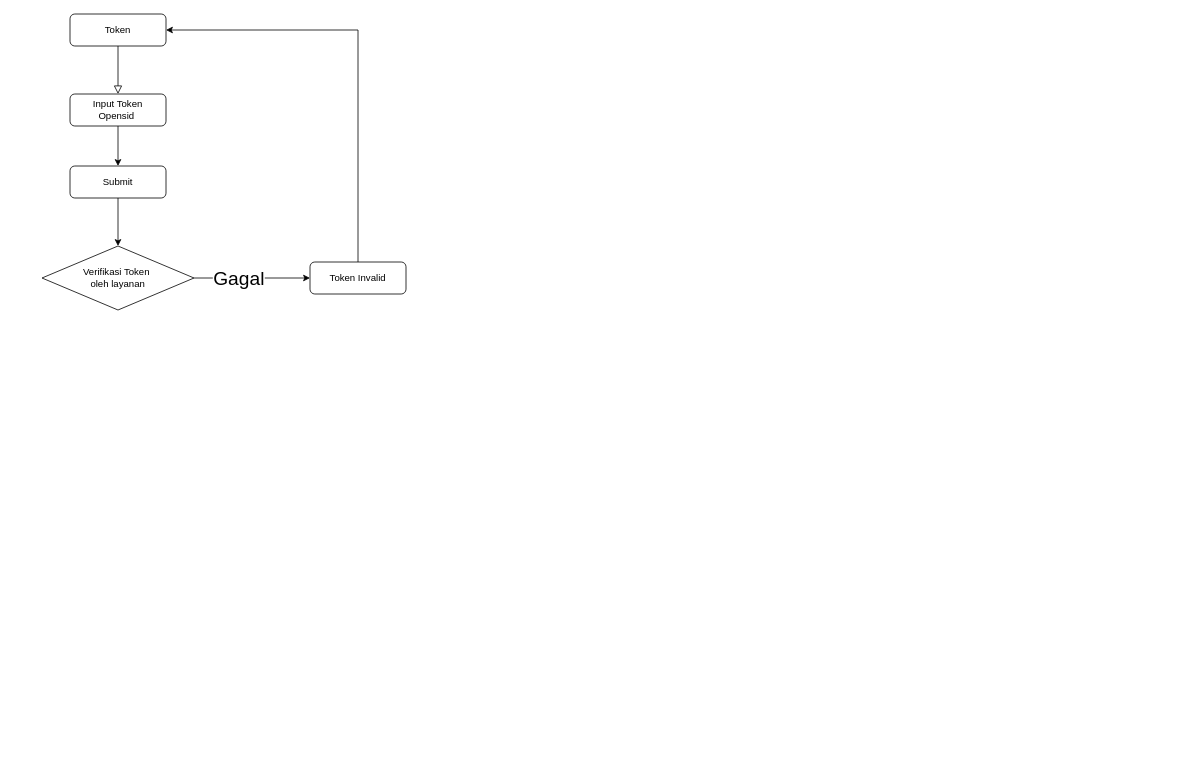
Before: Diagram Tanpa Judul.drawio in apidong/apidong, a draw.io diagram. Source tidied: cells renumbered, new cells numbered last; positions are measured from the earlier drawing's top-left corner, leaving out a move shared by most shapes. Both pictures are drawn from the tidied source at 80%, with x=0, y=0 at pixel (42, 14).
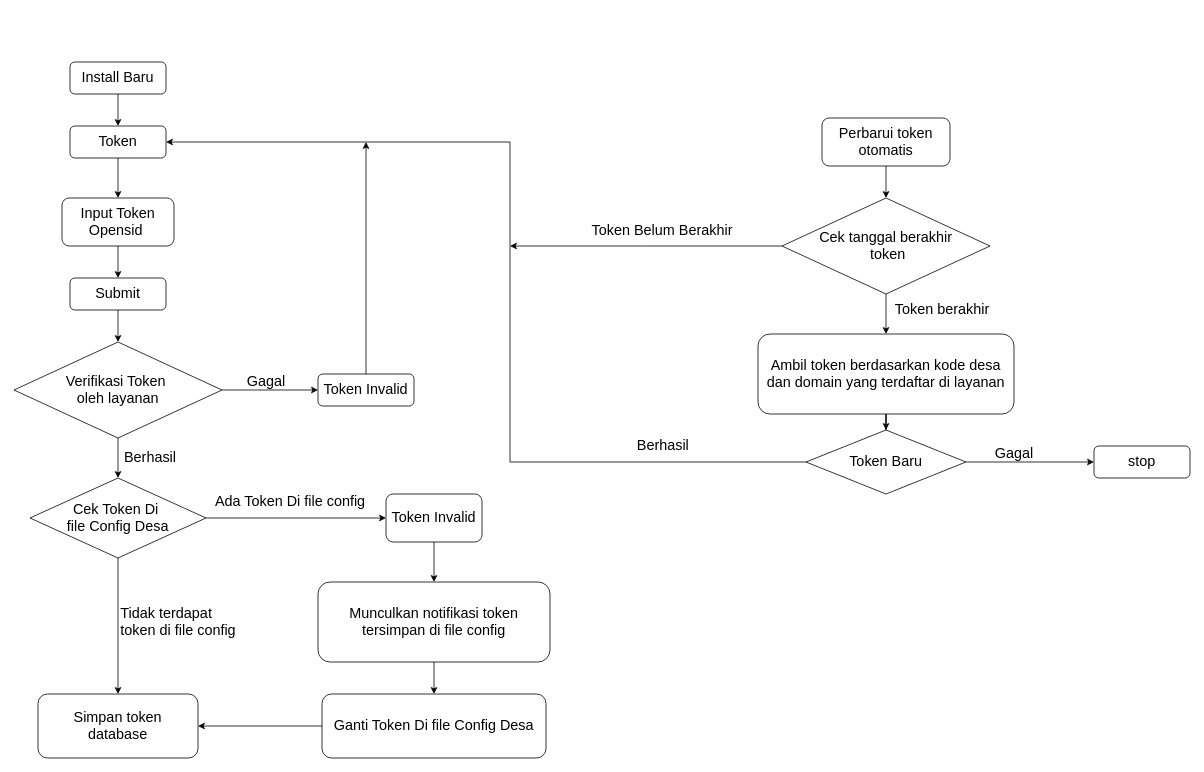
After the change.

The change refers to these unchanged cells:
```xml
<mxCell id="8" style="edgeStyle=none;rounded=0;jettySize=auto;html=1;exitX=1;exitY=0.5;exitDx=0;exitDy=0;" parent="1" edge="1" source="10" target="7">
  <mxGeometry relative="1" as="geometry" />
</mxCell>
```

The edit, as a diff of the source:
```diff
@@
-    <mxCell id="2" style="rounded=0;html=1;jettySize=auto;fontSize=11;endArrow=block;endFill=0;endSize=8;strokeWidth=1;shadow=0;labelBackgroundColor=none;edgeStyle=orthogonalEdgeStyle;" parent="1" edge="1" source="3">
-      <mxGeometry relative="1" as="geometry">
-        <mxPoint x="95" y="100" as="targetPoint" />
-      </mxGeometry>
-    </mxCell>
+    <mxCell id="13" style="edgeStyle=orthogonalEdgeStyle;rounded=0;jettySize=auto;html=1;entryX=0.5;entryY=0;entryDx=0;entryDy=0;" parent="1" edge="1" source="3" target="5">
+      <mxGeometry relative="1" as="geometry" />
+    </mxCell>
-    <mxCell id="3" value="Token" style="rounded=1;whiteSpace=wrap;html=1;fontSize=12;glass=0;strokeWidth=1;shadow=0;" parent="1" vertex="1">
-      <mxGeometry x="35" width="120" height="40" as="geometry" />
+    <mxCell id="3" value="&lt;font style=&quot;font-size: 18px;&quot;&gt;Token&lt;/font&gt;" style="rounded=1;whiteSpace=wrap;html=1;fontSize=12;glass=0;strokeWidth=1;shadow=0;" parent="1" vertex="1">
+      <mxGeometry x="35" y="140" width="120" height="40" as="geometry" />
     </mxCell>
@@
-    <mxCell id="5" value="Input Token&lt;br&gt;Opensid&amp;nbsp;" style="rounded=1;whiteSpace=wrap;html=1;fontSize=12;glass=0;strokeWidth=1;shadow=0;" parent="1" vertex="1">
-      <mxGeometry x="35" y="100" width="120" height="40" as="geometry" />
+    <mxCell id="5" value="&lt;font style=&quot;font-size: 18px;&quot;&gt;Input Token&lt;br&gt;Opensid&amp;nbsp;&lt;/font&gt;" style="rounded=1;whiteSpace=wrap;html=1;fontSize=12;glass=0;strokeWidth=1;shadow=0;" parent="1" vertex="1">
+      <mxGeometry x="25" y="230" width="140" height="60" as="geometry" />
     </mxCell>
-    <mxCell id="6" style="edgeStyle=none;rounded=0;jettySize=auto;html=1;exitX=0.5;exitY=0;exitDx=0;exitDy=0;entryX=1;entryY=0.5;entryDx=0;entryDy=0;" parent="1" edge="1" source="7" target="3">
-      <mxGeometry relative="1" as="geometry">
-        <Array as="points">
-          <mxPoint x="395" y="20" />
-        </Array>
-      </mxGeometry>
-    </mxCell>
+    <mxCell id="14" style="edgeStyle=orthogonalEdgeStyle;rounded=0;jettySize=auto;html=1;" parent="1" edge="1" source="7">
+      <mxGeometry relative="1" as="geometry">
+        <mxPoint x="405" y="160" as="targetPoint" />
+      </mxGeometry>
+    </mxCell>
-    <mxCell id="7" value="Token Invalid" style="rounded=1;whiteSpace=wrap;html=1;fontSize=12;glass=0;strokeWidth=1;shadow=0;" parent="1" vertex="1">
-      <mxGeometry x="335" y="310" width="120" height="40" as="geometry" />
+    <mxCell id="7" value="&lt;font style=&quot;font-size: 18px;&quot;&gt;Token Invalid&lt;/font&gt;" style="rounded=1;whiteSpace=wrap;html=1;fontSize=12;glass=0;strokeWidth=1;shadow=0;" parent="1" vertex="1">
+      <mxGeometry x="345" y="450" width="120" height="40" as="geometry" />
     </mxCell>
@@
-    <mxCell id="9" value="&lt;font style=&quot;font-size: 24px;&quot;&gt;Gagal&lt;/font&gt;" style="edgeLabel;html=1;align=center;verticalAlign=middle;" parent="8" vertex="1">
-      <mxGeometry x="-0.34" y="2" relative="1" as="geometry">
-        <mxPoint x="7" y="2" as="offset" />
-      </mxGeometry>
-    </mxCell>
+    <mxCell id="15" style="edgeStyle=orthogonalEdgeStyle;rounded=0;jettySize=auto;html=1;exitX=0.5;exitY=1;exitDx=0;exitDy=0;" parent="1" edge="1" source="10">
+      <mxGeometry relative="1" as="geometry">
+        <mxPoint x="95" y="580" as="targetPoint" />
+      </mxGeometry>
+    </mxCell>
-    <mxCell id="10" value="Verifikasi Token&amp;nbsp;&lt;br&gt;oleh layanan" style="rhombus;whiteSpace=wrap;html=1;" parent="1" vertex="1">
-      <mxGeometry y="290" width="190" height="80" as="geometry" />
+    <mxCell id="10" value="&lt;font style=&quot;font-size: 18px;&quot;&gt;Verifikasi Token&amp;nbsp;&lt;br&gt;oleh layanan&lt;/font&gt;" style="rhombus;whiteSpace=wrap;html=1;" parent="1" vertex="1">
+      <mxGeometry x="-35" y="410" width="260" height="120" as="geometry" />
     </mxCell>
@@
-    <mxCell id="12" value="Submit" style="rounded=1;whiteSpace=wrap;html=1;fontSize=12;glass=0;strokeWidth=1;shadow=0;" parent="1" vertex="1">
-      <mxGeometry x="35" y="190" width="120" height="40" as="geometry" />
+    <mxCell id="12" value="&lt;font style=&quot;font-size: 18px;&quot;&gt;Submit&lt;/font&gt;" style="rounded=1;whiteSpace=wrap;html=1;fontSize=12;glass=0;strokeWidth=1;shadow=0;" parent="1" vertex="1">
+      <mxGeometry x="35" y="330" width="120" height="40" as="geometry" />
     </mxCell>
+    <mxCell id="16" style="edgeStyle=orthogonalEdgeStyle;rounded=0;jettySize=auto;html=1;exitX=1;exitY=0.5;exitDx=0;exitDy=0;entryX=0;entryY=0.5;entryDx=0;entryDy=0;" parent="1" edge="1" source="18" target="20">
+      <mxGeometry relative="1" as="geometry" />
+    </mxCell>
+    <mxCell id="17" style="edgeStyle=orthogonalEdgeStyle;rounded=0;jettySize=auto;html=1;" parent="1" edge="1" source="18" target="21">
+      <mxGeometry relative="1" as="geometry" />
+    </mxCell>
+    <mxCell id="18" value="&lt;font style=&quot;font-size: 18px;&quot;&gt;Cek Token Di&amp;nbsp;&lt;br&gt;file Config Desa&lt;/font&gt;" style="rhombus;whiteSpace=wrap;html=1;" parent="1" vertex="1">
+      <mxGeometry x="-15" y="580" width="220" height="100" as="geometry" />
+    </mxCell>
+    <mxCell id="19" style="edgeStyle=orthogonalEdgeStyle;rounded=0;jettySize=auto;html=1;" parent="1" edge="1" source="20" target="25">
+      <mxGeometry relative="1" as="geometry" />
+    </mxCell>
+    <mxCell id="20" value="&lt;font style=&quot;font-size: 18px;&quot;&gt;Token Invalid&lt;/font&gt;" style="rounded=1;whiteSpace=wrap;html=1;fontSize=12;glass=0;strokeWidth=1;shadow=0;" parent="1" vertex="1">
+      <mxGeometry x="430" y="600" width="120" height="60" as="geometry" />
+    </mxCell>
+    <mxCell id="21" value="&lt;font style=&quot;font-size: 18px;&quot;&gt;Simpan token &lt;br&gt;database&lt;/font&gt;" style="rounded=1;whiteSpace=wrap;html=1;fontSize=12;glass=0;strokeWidth=1;shadow=0;" parent="1" vertex="1">
+      <mxGeometry x="-5" y="850" width="200" height="80" as="geometry" />
+    </mxCell>
+    <mxCell id="22" style="edgeStyle=orthogonalEdgeStyle;rounded=0;jettySize=auto;html=1;entryX=1;entryY=0.5;entryDx=0;entryDy=0;" parent="1" edge="1" source="23" target="21">
+      <mxGeometry relative="1" as="geometry" />
+    </mxCell>
+    <mxCell id="23" value="&lt;font style=&quot;font-size: 18px;&quot;&gt;Ganti Token Di file Config Desa&lt;/font&gt;" style="rounded=1;whiteSpace=wrap;html=1;fontSize=12;glass=0;strokeWidth=1;shadow=0;" parent="1" vertex="1">
+      <mxGeometry x="350" y="850" width="280" height="80" as="geometry" />
+    </mxCell>
+    <mxCell id="24" style="edgeStyle=orthogonalEdgeStyle;rounded=0;jettySize=auto;html=1;" parent="1" edge="1" source="25" target="23">
+      <mxGeometry relative="1" as="geometry" />
+    </mxCell>
+    <mxCell id="25" value="&lt;font style=&quot;font-size: 18px;&quot;&gt;Munculkan notifikasi token tersimpan di file config&lt;/font&gt;" style="rounded=1;whiteSpace=wrap;html=1;fontSize=12;glass=0;strokeWidth=1;shadow=0;" parent="1" vertex="1">
+      <mxGeometry x="345" y="710" width="290" height="100" as="geometry" />
+    </mxCell>
+    <mxCell id="26" value="&lt;font style=&quot;font-size: 18px;&quot;&gt;Ada Token Di file config&lt;/font&gt;" style="text;html=1;align=center;verticalAlign=middle;strokeColor=none;fillColor=none;" parent="1" vertex="1">
+      <mxGeometry x="205" y="590" width="210" height="40" as="geometry" />
+    </mxCell>
+    <mxCell id="27" value="&lt;font style=&quot;font-size: 18px;&quot;&gt;Gagal&lt;/font&gt;" style="text;html=1;align=center;verticalAlign=middle;strokeColor=none;fillColor=none;" parent="1" vertex="1">
+      <mxGeometry x="245" y="440" width="70" height="40" as="geometry" />
+    </mxCell>
+    <mxCell id="28" value="&lt;font style=&quot;font-size: 18px;&quot;&gt;Berhasil&lt;/font&gt;" style="text;html=1;align=center;verticalAlign=middle;strokeColor=none;fillColor=none;" parent="1" vertex="1">
+      <mxGeometry x="90" y="535" width="90" height="40" as="geometry" />
+    </mxCell>
+    <mxCell id="29" value="&lt;div style=&quot;text-align: left;&quot;&gt;&lt;span style=&quot;background-color: initial;&quot;&gt;&lt;font style=&quot;font-size: 18px;&quot;&gt;Tidak terdapat&amp;nbsp;&lt;/font&gt;&lt;/span&gt;&lt;/div&gt;&lt;div style=&quot;text-align: left;&quot;&gt;&lt;span style=&quot;background-color: initial;&quot;&gt;&lt;font style=&quot;font-size: 18px;&quot;&gt;token di file config&lt;/font&gt;&lt;/span&gt;&lt;/div&gt;" style="text;html=1;align=center;verticalAlign=middle;strokeColor=none;fillColor=none;" parent="1" vertex="1">
+      <mxGeometry x="85" y="730" width="170" height="60" as="geometry" />
+    </mxCell>
+    <mxCell id="30" style="edgeStyle=orthogonalEdgeStyle;rounded=0;jettySize=auto;html=1;" parent="1" edge="1" source="31" target="35">
+      <mxGeometry relative="1" as="geometry" />
+    </mxCell>
+    <mxCell id="31" value="&lt;font style=&quot;font-size: 18px;&quot;&gt;Perbarui token otomatis&lt;/font&gt;" style="rounded=1;whiteSpace=wrap;html=1;fontSize=12;glass=0;strokeWidth=1;shadow=0;" parent="1" vertex="1">
+      <mxGeometry x="975" y="130" width="160" height="60" as="geometry" />
+    </mxCell>
+    <mxCell id="32" style="edgeStyle=orthogonalEdgeStyle;rounded=0;jettySize=auto;html=1;" parent="1" edge="1" source="35" target="37">
+      <mxGeometry relative="1" as="geometry" />
+    </mxCell>
+    <mxCell id="33" style="edgeStyle=orthogonalEdgeStyle;rounded=0;jettySize=auto;html=1;" parent="1" edge="1" source="35">
+      <mxGeometry relative="1" as="geometry">
+        <mxPoint x="585" y="290" as="targetPoint" />
+      </mxGeometry>
+    </mxCell>
+    <mxCell id="34" value="&lt;font style=&quot;font-size: 18px;&quot;&gt;Token Belum Berakhir&lt;/font&gt;" style="edgeLabel;html=1;align=center;verticalAlign=middle;" parent="33" vertex="1">
+      <mxGeometry x="-0.17" y="3" relative="1" as="geometry">
+        <mxPoint x="-10" y="-23" as="offset" />
+      </mxGeometry>
+    </mxCell>
+    <mxCell id="35" value="&lt;font style=&quot;font-size: 18px;&quot;&gt;Cek tanggal berakhir&lt;br&gt;&amp;nbsp;token&lt;/font&gt;" style="rhombus;whiteSpace=wrap;html=1;" parent="1" vertex="1">
+      <mxGeometry x="925" y="230" width="260" height="120" as="geometry" />
+    </mxCell>
+    <mxCell id="36" style="edgeStyle=orthogonalEdgeStyle;rounded=0;jettySize=auto;html=1;entryX=0.5;entryY=0;entryDx=0;entryDy=0;" parent="1" edge="1" source="37" target="41">
+      <mxGeometry relative="1" as="geometry" />
+    </mxCell>
+    <mxCell id="37" value="&lt;font style=&quot;font-size: 18px;&quot;&gt;Ambil token berdasarkan kode desa dan domain yang terdaftar di layanan&lt;/font&gt;" style="rounded=1;whiteSpace=wrap;html=1;fontSize=12;glass=0;strokeWidth=1;shadow=0;" parent="1" vertex="1">
+      <mxGeometry x="895" y="400" width="320" height="100" as="geometry" />
+    </mxCell>
+    <mxCell id="38" style="edgeStyle=orthogonalEdgeStyle;rounded=0;jettySize=auto;html=1;entryX=1;entryY=0.5;entryDx=0;entryDy=0;" parent="1" edge="1" source="41" target="3">
+      <mxGeometry relative="1" as="geometry">
+        <Array as="points">
+          <mxPoint x="585" y="560" />
+          <mxPoint x="585" y="160" />
+        </Array>
+      </mxGeometry>
+    </mxCell>
+    <mxCell id="39" value="&lt;font style=&quot;font-size: 18px;&quot;&gt;Berhasil&lt;/font&gt;" style="edgeLabel;html=1;align=center;verticalAlign=middle;" parent="38" vertex="1">
+      <mxGeometry x="-0.34" y="-4" relative="1" as="geometry">
+        <mxPoint x="186" y="4" as="offset" />
+      </mxGeometry>
+    </mxCell>
+    <mxCell id="40" style="edgeStyle=orthogonalEdgeStyle;rounded=0;jettySize=auto;html=1;" parent="1" edge="1" source="41" target="42">
+      <mxGeometry relative="1" as="geometry" />
+    </mxCell>
+    <mxCell id="41" value="&lt;font style=&quot;font-size: 18px;&quot;&gt;Token Baru&lt;/font&gt;" style="rhombus;whiteSpace=wrap;html=1;" parent="1" vertex="1">
+      <mxGeometry x="955" y="520" width="200" height="80" as="geometry" />
+    </mxCell>
+    <mxCell id="42" value="&lt;font style=&quot;font-size: 18px;&quot;&gt;stop&lt;/font&gt;" style="rounded=1;whiteSpace=wrap;html=1;fontSize=12;glass=0;strokeWidth=1;shadow=0;" parent="1" vertex="1">
+      <mxGeometry x="1315" y="540" width="120" height="40" as="geometry" />
+    </mxCell>
+    <mxCell id="43" style="edgeStyle=orthogonalEdgeStyle;rounded=0;jettySize=auto;html=1;" parent="1" edge="1" source="44" target="3">
+      <mxGeometry relative="1" as="geometry" />
+    </mxCell>
+    <mxCell id="44" value="&lt;font style=&quot;font-size: 18px;&quot;&gt;Install Baru&lt;/font&gt;" style="rounded=1;whiteSpace=wrap;html=1;fontSize=12;glass=0;strokeWidth=1;shadow=0;" parent="1" vertex="1">
+      <mxGeometry x="35" y="60" width="120" height="40" as="geometry" />
+    </mxCell>
+    <mxCell id="45" value="&lt;font style=&quot;font-size: 18px;&quot;&gt;Gagal&lt;/font&gt;" style="text;html=1;align=center;verticalAlign=middle;strokeColor=none;fillColor=none;" parent="1" vertex="1">
+      <mxGeometry x="1180" y="530" width="70" height="40" as="geometry" />
+    </mxCell>
+    <mxCell id="46" value="&lt;font style=&quot;font-size: 18px;&quot;&gt;Token berakhir&lt;/font&gt;" style="text;html=1;align=center;verticalAlign=middle;strokeColor=none;fillColor=none;" parent="1" vertex="1">
+      <mxGeometry x="1055" y="350" width="140" height="40" as="geometry" />
+    </mxCell>
```
